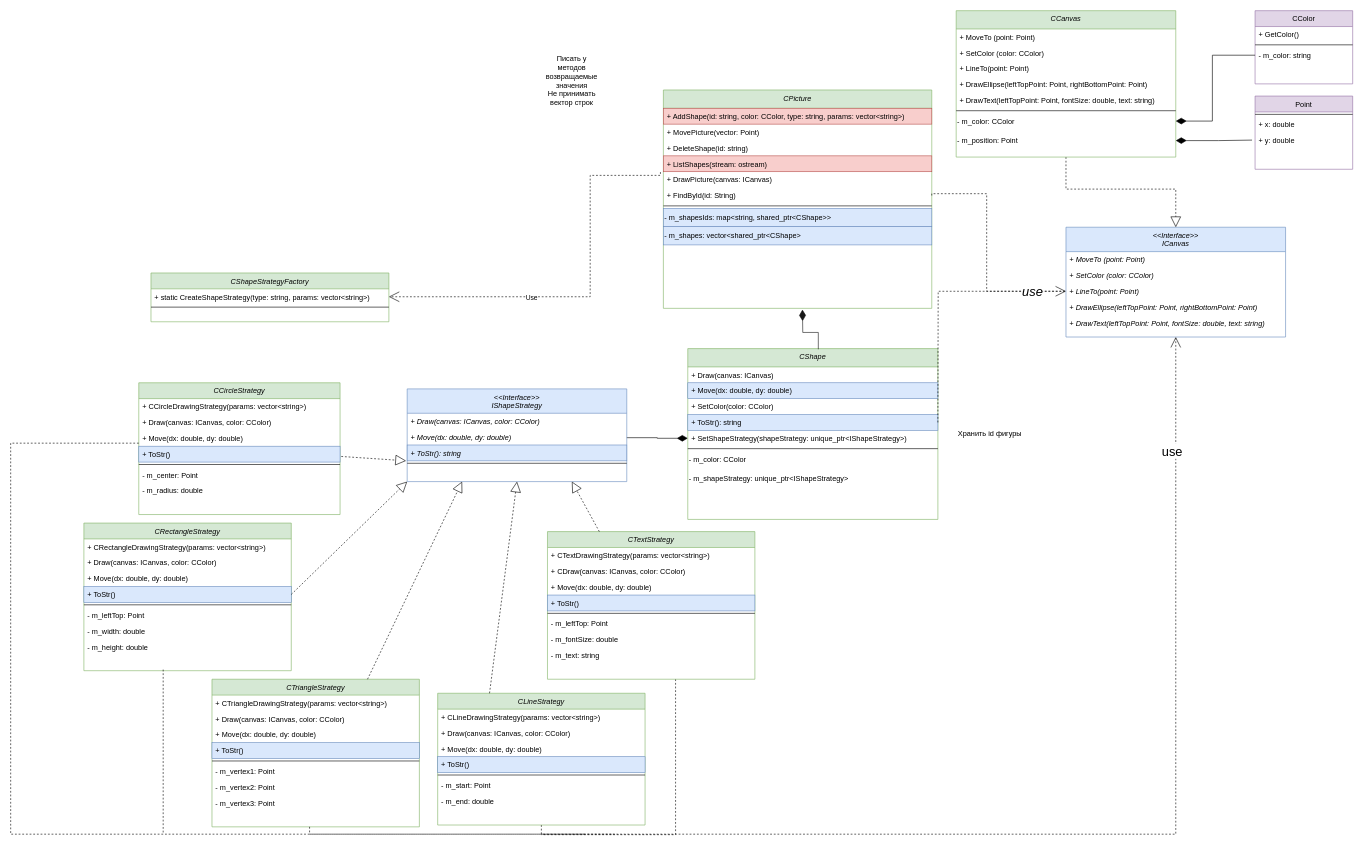
Above: lab1/Shapes/classes.drawio in SafarovT/ood-labs (draw.io), before the change. Source tidied: cells renumbered, new cells numbered last; positions are measured from the earlier drawing's top-left corner, leaving out a move shared by most shapes. Both pictures are drawn from the tidied source at 61%, with x=0, y=0 at pixel (10, 10).
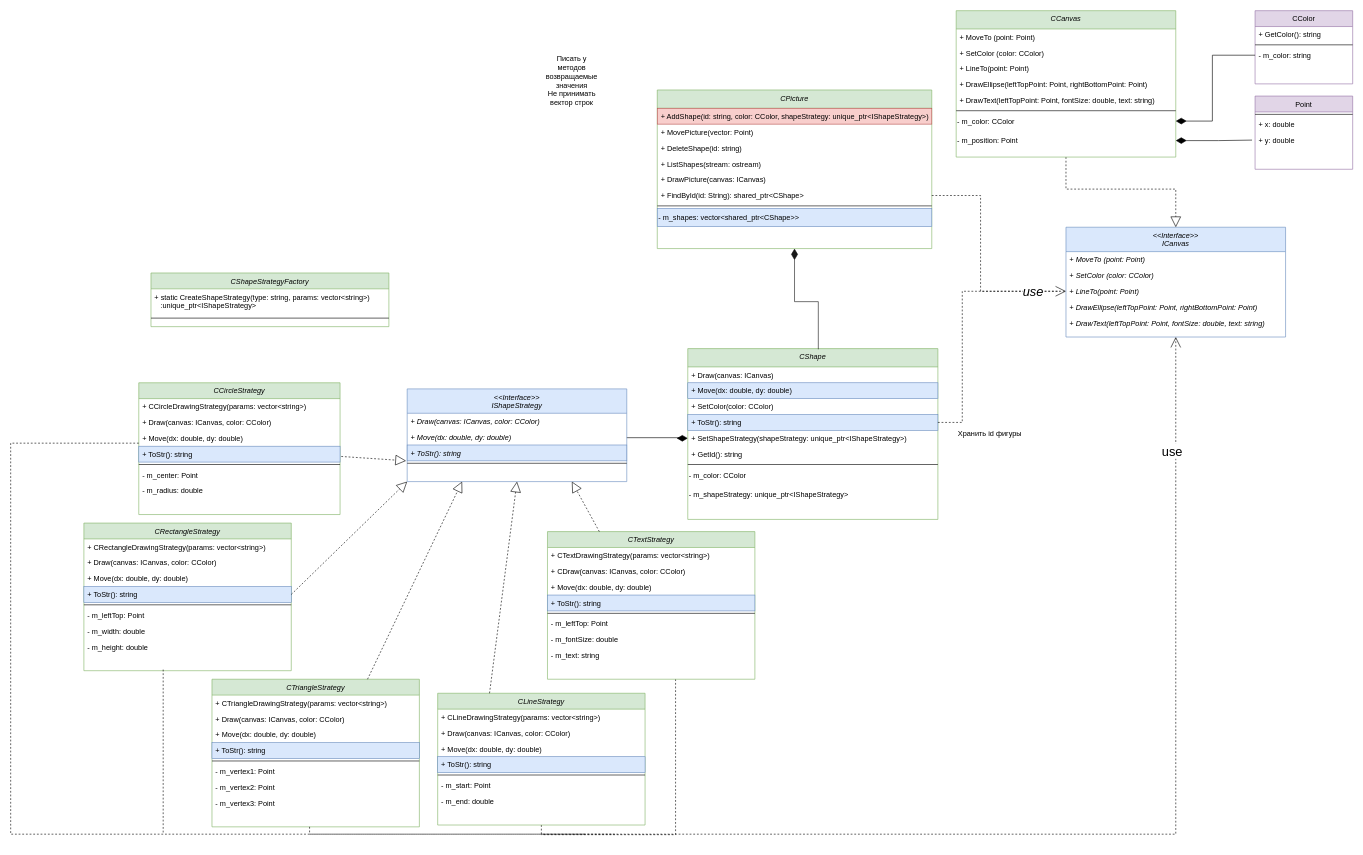
The same page after the edit.

Unchanged cells that the change refers to:
```xml
<mxCell id="5" value="+ LineTo(point: Point)" style="text;align=left;verticalAlign=top;spacingLeft=4;spacingRight=4;overflow=hidden;points=[[0,0.5],[1,0.5]];portConstraint=eastwest;rounded=0;shadow=0;html=0;fontStyle=2;" parent="2" vertex="1">
  <mxGeometry y="92" width="360" height="26" as="geometry" />
</mxCell>
<mxCell id="8" value="CColor" style="swimlane;fontStyle=0;align=center;verticalAlign=top;horizontal=1;startSize=26;rounded=0;shadow=0;strokeWidth=1;fillColor=#e1d5e7;strokeColor=#9673a6;" parent="1" vertex="1">
  <mxGeometry x="2040" width="160" height="120" as="geometry" />
</mxCell>
<mxCell id="39" value="CShape" style="swimlane;fontStyle=2;align=center;verticalAlign=top;horizontal=1;startSize=30;rounded=0;shadow=0;strokeWidth=1;fillColor=#d5e8d4;strokeColor=#82b366;" parent="1" vertex="1">
  <mxGeometry x="1110" y="554" width="410" height="280" as="geometry" />
</mxCell>
<mxCell id="50" value="&lt;&lt;Interface&gt;&gt;&#10;IShapeStrategy" style="swimlane;fontStyle=2;align=center;verticalAlign=top;horizontal=1;startSize=40;rounded=0;shadow=0;strokeWidth=1;fillColor=#dae8fc;strokeColor=#6c8ebf;" parent="1" vertex="1">
  <mxGeometry x="650" y="620" width="360" height="152" as="geometry" />
</mxCell>
<mxCell id="56" value="CRectangleStrategy" style="swimlane;fontStyle=2;align=center;verticalAlign=top;horizontal=1;startSize=26;rounded=0;shadow=0;strokeWidth=1;fillColor=#d5e8d4;strokeColor=#82b366;" parent="1" vertex="1">
  <mxGeometry x="120" y="840" width="340" height="242" as="geometry" />
</mxCell>
<mxCell id="65" value="CTriangleStrategy" style="swimlane;fontStyle=2;align=center;verticalAlign=top;horizontal=1;startSize=26;rounded=0;shadow=0;strokeWidth=1;fillColor=#d5e8d4;strokeColor=#82b366;" parent="1" vertex="1">
  <mxGeometry x="330" y="1096" width="340" height="242" as="geometry" />
</mxCell>
<mxCell id="74" value="CCircleStrategy" style="swimlane;fontStyle=2;align=center;verticalAlign=top;horizontal=1;startSize=26;rounded=0;shadow=0;strokeWidth=1;fillColor=#d5e8d4;strokeColor=#82b366;" parent="1" vertex="1">
  <mxGeometry x="210" y="610" width="330" height="216" as="geometry" />
</mxCell>
<mxCell id="84" value="CLineStrategy" style="swimlane;fontStyle=2;align=center;verticalAlign=top;horizontal=1;startSize=26;rounded=0;shadow=0;strokeWidth=1;fillColor=#d5e8d4;strokeColor=#82b366;" parent="1" vertex="1">
  <mxGeometry x="700" y="1119" width="340" height="216" as="geometry" />
</mxCell>
<mxCell id="93" value="CTextStrategy" style="swimlane;fontStyle=2;align=center;verticalAlign=top;horizontal=1;startSize=26;rounded=0;shadow=0;strokeWidth=1;fillColor=#d5e8d4;strokeColor=#82b366;" parent="1" vertex="1">
  <mxGeometry x="880" y="854" width="340" height="242" as="geometry" />
</mxCell>
```

What changed in the source:
```diff
@@
-    <mxCell id="9" value="+ GetColor()" style="text;align=left;verticalAlign=top;spacingLeft=4;spacingRight=4;overflow=hidden;" parent="8" vertex="1">
+    <mxCell id="9" value="+ GetColor(): string" style="text;align=left;verticalAlign=top;spacingLeft=4;spacingRight=4;overflow=hidden;" parent="8" vertex="1">
       <mxGeometry y="26" width="160" height="26" as="geometry" />
     </mxCell>
@@
     <mxCell id="28" value="CPicture" style="swimlane;fontStyle=2;align=center;verticalAlign=top;horizontal=1;startSize=30;rounded=0;shadow=0;strokeWidth=1;fillColor=#d5e8d4;strokeColor=#82b366;" parent="1" vertex="1">
-      <mxGeometry x="1070" y="130" width="440" height="358" as="geometry" />
+      <mxGeometry x="1060" y="130" width="450" height="260" as="geometry" />
     </mxCell>
-    <mxCell id="29" value="+ AddShape(id: string, color: CColor, type: string, params: vector&lt;string&gt;)" style="text;align=left;verticalAlign=top;spacingLeft=4;spacingRight=4;overflow=hidden;fillColor=#f8cecc;strokeColor=#b85450;" parent="28" vertex="1">
-      <mxGeometry y="30" width="440" height="26" as="geometry" />
+    <mxCell id="29" value="+ AddShape(id: string, color: CColor, shapeStrategy: unique_ptr&lt;IShapeStrategy&gt;)" style="text;align=left;verticalAlign=top;spacingLeft=4;spacingRight=4;overflow=hidden;fillColor=#f8cecc;strokeColor=#b85450;" parent="28" vertex="1">
+      <mxGeometry y="30" width="450" height="26" as="geometry" />
     </mxCell>
     <mxCell id="30" value="+ MovePicture(vector: Point)" style="text;align=left;verticalAlign=top;spacingLeft=4;spacingRight=4;overflow=hidden;" parent="28" vertex="1">
-      <mxGeometry y="56" width="440" height="26" as="geometry" />
+      <mxGeometry y="56" width="450" height="26" as="geometry" />
     </mxCell>
     <mxCell id="31" value="+ DeleteShape(id: string)" style="text;align=left;verticalAlign=top;spacingLeft=4;spacingRight=4;overflow=hidden;" parent="28" vertex="1">
-      <mxGeometry y="82" width="440" height="26" as="geometry" />
+      <mxGeometry y="82" width="450" height="26" as="geometry" />
     </mxCell>
-    <mxCell id="32" value="+ ListShapes(stream: ostream)" style="text;align=left;verticalAlign=top;spacingLeft=4;spacingRight=4;overflow=hidden;fillColor=#f8cecc;strokeColor=#b85450;" parent="28" vertex="1">
-      <mxGeometry y="108" width="440" height="26" as="geometry" />
+    <mxCell id="32" value="+ ListShapes(stream: ostream)" style="text;align=left;verticalAlign=top;spacingLeft=4;spacingRight=4;overflow=hidden;" parent="28" vertex="1">
+      <mxGeometry y="108" width="450" height="26" as="geometry" />
     </mxCell>
     <mxCell id="33" style="edgeStyle=orthogonalEdgeStyle;shape=connector;rounded=0;jettySize=auto;html=1;dashed=1;labelBackgroundColor=default;strokeColor=default;fontFamily=Helvetica;fontSize=11;fontColor=default;endArrow=none;endFill=0;exitX=1;exitY=0.5;exitDx=0;exitDy=0;" parent="28" edge="1" source="35">
       <mxGeometry relative="1" as="geometry">
         <mxPoint x="660" y="330" as="targetPoint" />
         <Array as="points">
-          <mxPoint x="440" y="170" />
-          <mxPoint x="530" y="170" />
+          <mxPoint x="530" y="173" />
           <mxPoint x="530" y="330" />
         </Array>
       </mxGeometry>
     </mxCell>
     <mxCell id="34" value="+ DrawPicture(canvas: ICanvas)" style="text;align=left;verticalAlign=top;spacingLeft=4;spacingRight=4;overflow=hidden;" parent="28" vertex="1">
-      <mxGeometry y="134" width="440" height="26" as="geometry" />
+      <mxGeometry y="134" width="450" height="26" as="geometry" />
     </mxCell>
-    <mxCell id="35" value="+ FindById(id: String)" style="text;align=left;verticalAlign=top;spacingLeft=4;spacingRight=4;overflow=hidden;points=[[0,0.5],[1,0.5]];portConstraint=eastwest;" parent="28" vertex="1">
-      <mxGeometry y="160" width="440" height="26" as="geometry" />
+    <mxCell id="35" value="+ FindById(id: String): shared_ptr&lt;CShape&gt;" style="text;align=left;verticalAlign=top;spacingLeft=4;spacingRight=4;overflow=hidden;points=[[0,0.5],[1,0.5]];portConstraint=eastwest;" parent="28" vertex="1">
+      <mxGeometry y="160" width="450" height="26" as="geometry" />
     </mxCell>
     <mxCell id="36" style="line;html=1;strokeWidth=1;align=left;verticalAlign=middle;spacingTop=-1;spacingLeft=3;spacingRight=3;labelPosition=right;" parent="28" vertex="1">
-      <mxGeometry y="186" width="440" height="8" as="geometry" />
+      <mxGeometry y="186" width="450" height="8" as="geometry" />
     </mxCell>
-    <mxCell id="37" value="- m_shapesIds: map&amp;lt;string, shared_ptr&amp;lt;CShape&amp;gt;&amp;gt;" style="text;html=1;align=left;verticalAlign=middle;strokeColor=#6c8ebf;fillColor=#dae8fc;" parent="28" vertex="1">
-      <mxGeometry y="194" width="440" height="30" as="geometry" />
-    </mxCell>
-    <mxCell id="38" value="- m_shapes: vector&amp;lt;shared_ptr&amp;lt;CShape&amp;gt;" style="text;html=1;align=left;verticalAlign=middle;strokeColor=#6c8ebf;fillColor=#dae8fc;" parent="28" vertex="1">
-      <mxGeometry y="224" width="440" height="30" as="geometry" />
+    <mxCell id="38" value="- m_shapes: vector&amp;lt;shared_ptr&amp;lt;CShape&amp;gt;&amp;gt;" style="text;html=1;align=left;verticalAlign=middle;strokeColor=#6c8ebf;fillColor=#dae8fc;" parent="28" vertex="1">
+      <mxGeometry y="194" width="450" height="30" as="geometry" />
     </mxCell>
@@
+    <mxCell id="118" value="+ GetId(): string" style="text;align=left;verticalAlign=top;spacingLeft=4;spacingRight=4;overflow=hidden;rounded=0;shadow=0;html=0;" parent="39" vertex="1">
+      <mxGeometry y="160" width="410" height="26" as="geometry" />
+    </mxCell>
     <mxCell id="45" style="line;html=1;strokeWidth=1;align=left;verticalAlign=middle;spacingTop=-1;spacingLeft=3;spacingRight=3;labelPosition=right;" parent="39" vertex="1">
-      <mxGeometry y="160" width="410" height="8" as="geometry" />
+      <mxGeometry y="186" width="410" height="8" as="geometry" />
     </mxCell>
     <mxCell id="46" value="- m_color: CColor" style="text;html=1;align=left;verticalAlign=middle;strokeColor=none;fillColor=none;" parent="39" vertex="1">
-      <mxGeometry y="168" width="410" height="30" as="geometry" />
+      <mxGeometry y="194" width="410" height="30" as="geometry" />
     </mxCell>
     <mxCell id="47" value="- m_shapeStrategy: unique_ptr&amp;lt;IShapeStrategy&amp;gt;" style="text;html=1;align=left;verticalAlign=middle;strokeColor=none;fillColor=none;" parent="39" vertex="1">
-      <mxGeometry y="198" width="410" height="30" as="geometry" />
+      <mxGeometry y="224" width="410" height="30" as="geometry" />
     </mxCell>
-    <mxCell id="48" style="edgeStyle=orthogonalEdgeStyle;rounded=0;jettySize=auto;html=1;endArrow=none;endFill=0;startArrow=diamondThin;startFill=1;strokeWidth=1;targetPerimeterSpacing=0;startSize=16;opacity=90;entryX=0.522;entryY=0.004;entryDx=0;entryDy=0;entryPerimeter=0;" parent="1" edge="1" target="39">
-      <mxGeometry relative="1" as="geometry">
-        <mxPoint x="1298" y="490" as="sourcePoint" />
-      </mxGeometry>
+    <mxCell id="48" style="edgeStyle=orthogonalEdgeStyle;rounded=0;jettySize=auto;html=1;endArrow=none;endFill=0;startArrow=diamondThin;startFill=1;strokeWidth=1;targetPerimeterSpacing=0;startSize=16;opacity=90;entryX=0.522;entryY=0.004;entryDx=0;entryDy=0;entryPerimeter=0;exitX=0.5;exitY=1;exitDx=0;exitDy=0;" parent="1" edge="1" source="28" target="39">
+      <mxGeometry relative="1" as="geometry" />
     </mxCell>
     <mxCell id="49" style="edgeStyle=orthogonalEdgeStyle;rounded=0;jettySize=auto;html=1;endArrow=diamondThin;endFill=1;startSize=15;endSize=15;" parent="1" edge="1" source="50">
       <mxGeometry relative="1" as="geometry">
         <mxPoint x="1110" y="701" as="targetPoint" />
         <Array as="points">
-          <mxPoint x="1060" y="700" />
-          <mxPoint x="1060" y="701" />
+          <mxPoint x="1100" y="700" />
+          <mxPoint x="1100" y="701" />
         </Array>
       </mxGeometry>
     </mxCell>
@@
-    <mxCell id="60" value="+ ToStr()" style="text;align=left;verticalAlign=top;spacingLeft=4;spacingRight=4;overflow=hidden;rounded=0;shadow=0;html=0;fillColor=#dae8fc;strokeColor=#6c8ebf;" parent="56" vertex="1">
+    <mxCell id="60" value="+ ToStr(): string" style="text;align=left;verticalAlign=top;spacingLeft=4;spacingRight=4;overflow=hidden;rounded=0;shadow=0;html=0;fillColor=#dae8fc;strokeColor=#6c8ebf;" parent="56" vertex="1">
       <mxGeometry y="104" width="340" height="26" as="geometry" />
     </mxCell>
@@
-    <mxCell id="69" value="+ ToStr()" style="text;align=left;verticalAlign=top;spacingLeft=4;spacingRight=4;overflow=hidden;rounded=0;shadow=0;html=0;fillColor=#dae8fc;strokeColor=#6c8ebf;" parent="65" vertex="1">
+    <mxCell id="69" value="+ ToStr(): string" style="text;align=left;verticalAlign=top;spacingLeft=4;spacingRight=4;overflow=hidden;rounded=0;shadow=0;html=0;fillColor=#dae8fc;strokeColor=#6c8ebf;" parent="65" vertex="1">
       <mxGeometry y="104" width="340" height="26" as="geometry" />
     </mxCell>
@@
-    <mxCell id="78" value="+ ToStr()" style="text;align=left;verticalAlign=top;spacingLeft=4;spacingRight=4;overflow=hidden;rounded=0;shadow=0;html=0;fillColor=#dae8fc;strokeColor=#6c8ebf;" parent="74" vertex="1">
+    <mxCell id="78" value="+ ToStr(): string" style="text;align=left;verticalAlign=top;spacingLeft=4;spacingRight=4;overflow=hidden;rounded=0;shadow=0;html=0;fillColor=#dae8fc;strokeColor=#6c8ebf;" parent="74" vertex="1">
       <mxGeometry y="104" width="330" height="26" as="geometry" />
     </mxCell>
@@
-    <mxCell id="88" value="+ ToStr()" style="text;align=left;verticalAlign=top;spacingLeft=4;spacingRight=4;overflow=hidden;rounded=0;shadow=0;html=0;fillColor=#dae8fc;strokeColor=#6c8ebf;" parent="84" vertex="1">
+    <mxCell id="88" value="+ ToStr(): string" style="text;align=left;verticalAlign=top;spacingLeft=4;spacingRight=4;overflow=hidden;rounded=0;shadow=0;html=0;fillColor=#dae8fc;strokeColor=#6c8ebf;" parent="84" vertex="1">
       <mxGeometry y="104" width="340" height="26" as="geometry" />
     </mxCell>
@@
-    <mxCell id="97" value="+ ToStr()" style="text;align=left;verticalAlign=top;spacingLeft=4;spacingRight=4;overflow=hidden;rounded=0;shadow=0;html=0;fillColor=#dae8fc;strokeColor=#6c8ebf;" parent="93" vertex="1">
+    <mxCell id="97" value="+ ToStr(): string" style="text;align=left;verticalAlign=top;spacingLeft=4;spacingRight=4;overflow=hidden;rounded=0;shadow=0;html=0;fillColor=#dae8fc;strokeColor=#6c8ebf;" parent="93" vertex="1">
       <mxGeometry y="104" width="340" height="26" as="geometry" />
     </mxCell>
@@
     <mxCell id="106" style="edgeStyle=orthogonalEdgeStyle;shape=connector;rounded=0;jettySize=auto;html=1;entryX=0;entryY=0.5;entryDx=0;entryDy=0;dashed=1;labelBackgroundColor=default;strokeColor=default;fontFamily=Helvetica;fontSize=11;fontColor=default;endArrow=open;endFill=0;endSize=15;" parent="1" edge="1" target="5">
       <mxGeometry relative="1" as="geometry">
         <mxPoint x="1520" y="675" as="sourcePoint" />
+        <Array as="points">
+          <mxPoint x="1560" y="675" />
+          <mxPoint x="1560" y="460" />
+        </Array>
       </mxGeometry>
     </mxCell>
@@
     <mxCell id="108" value="CShapeStrategyFactory" style="swimlane;fontStyle=2;align=center;verticalAlign=top;horizontal=1;startSize=26;rounded=0;shadow=0;strokeWidth=1;fillColor=#d5e8d4;strokeColor=#82b366;" parent="1" vertex="1">
-      <mxGeometry x="230" y="430" width="390" height="80" as="geometry" />
+      <mxGeometry x="230" y="430" width="390" height="88" as="geometry" />
     </mxCell>
-    <mxCell id="109" value="+ static CreateShapeStrategy(type: string, params: vector&lt;string&gt;)" style="text;align=left;verticalAlign=top;spacingLeft=4;spacingRight=4;overflow=hidden;points=[[0,0.5],[1,0.5]];portConstraint=eastwest;rounded=0;shadow=0;html=0;" parent="108" vertex="1">
-      <mxGeometry y="26" width="390" height="26" as="geometry" />
+    <mxCell id="109" value="+ static CreateShapeStrategy(type: string, params: vector&lt;string&gt;)&#10;   :unique_ptr&lt;IShapeStrategy&gt;" style="text;align=left;verticalAlign=top;spacingLeft=4;spacingRight=4;overflow=hidden;points=[[0,0.5],[1,0.5]];portConstraint=eastwest;rounded=0;shadow=0;html=0;" parent="108" vertex="1">
+      <mxGeometry y="26" width="390" height="34" as="geometry" />
     </mxCell>
     <mxCell id="110" style="line;html=1;strokeWidth=1;align=left;verticalAlign=middle;spacingTop=-1;spacingLeft=3;spacingRight=3;labelPosition=right;" parent="108" vertex="1">
-      <mxGeometry y="52" width="390" height="8" as="geometry" />
+      <mxGeometry y="60" width="390" height="28" as="geometry" />
     </mxCell>
-    <mxCell id="111" style="edgeStyle=orthogonalEdgeStyle;rounded=0;jettySize=auto;html=1;entryX=1;entryY=0.5;entryDx=0;entryDy=0;dashed=1;endArrow=open;endFill=0;endSize=15;exitX=-0.011;exitY=0.023;exitDx=0;exitDy=0;exitPerimeter=0;" parent="1" edge="1" target="109">
-      <mxGeometry relative="1" as="geometry">
-        <mxPoint x="1065.2" y="264.6" as="sourcePoint" />
-        <Array as="points">
-          <mxPoint x="1065" y="270" />
-          <mxPoint x="950" y="270" />
-          <mxPoint x="950" y="469" />
-        </Array>
-      </mxGeometry>
-    </mxCell>
-    <mxCell id="112" value="Use" style="edgeLabel;html=1;align=center;verticalAlign=middle;" parent="111" vertex="1">
-      <mxGeometry x="0.28" y="1" relative="1" as="geometry" />
-    </mxCell>
```
